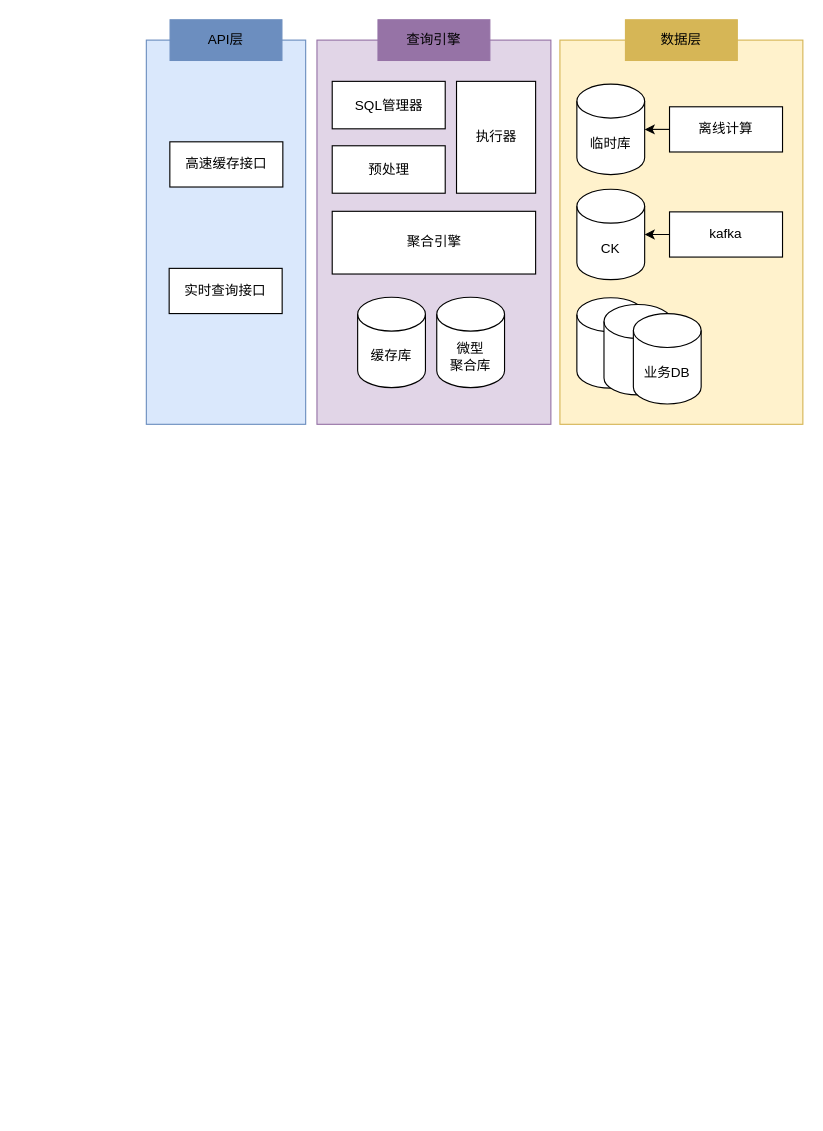
Above: page "第 1 页" (1 of 2) of 实时平台.drawio in chenjinying1988/diagrams (draw.io), before the change. Source tidied: cells renumbered, new cells numbered last; positions are measured from the earlier drawing's top-left corner, leaving out a move shared by most shapes. Both pictures are drawn from the tidied source at 113%, with x=0, y=0 at pixel (146, 19).
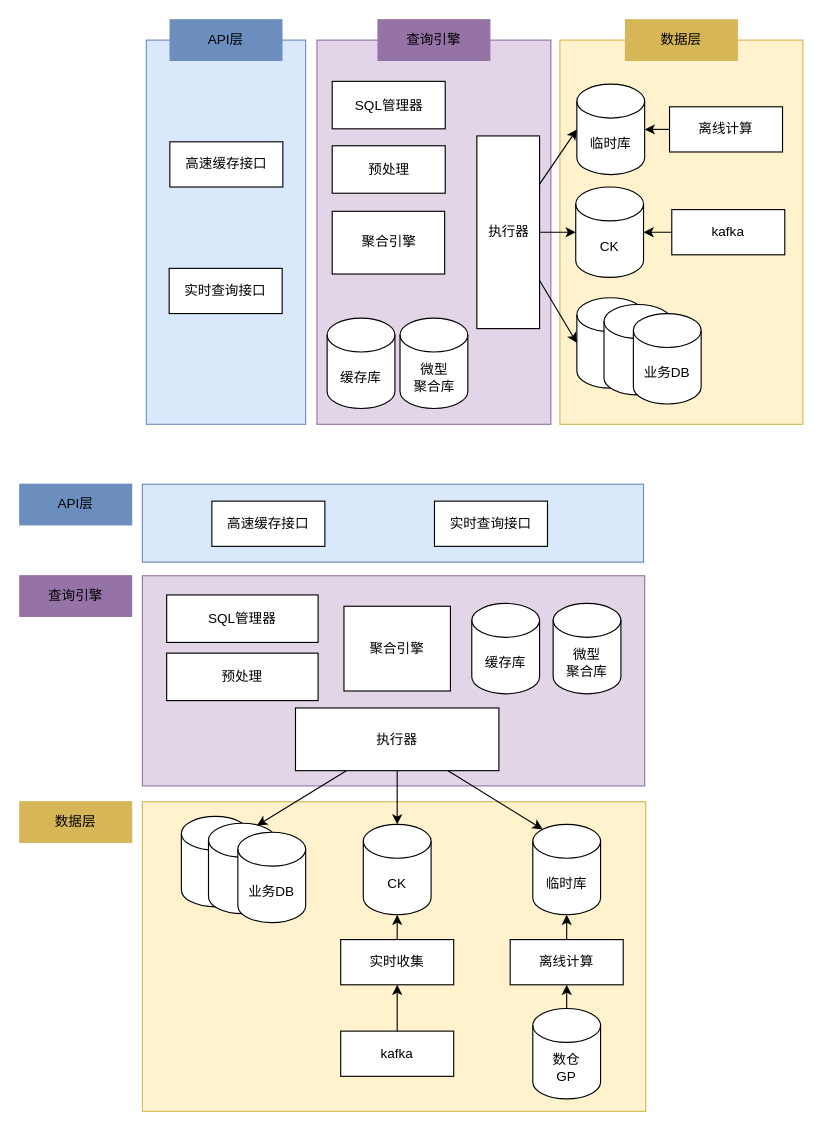
After the change.

Commit message:
更新实时平台.drawio

The change refers to these unchanged cells:
```xml
<mxCell id="5" style="shape=cylinder3;whiteSpace=wrap;html=1;boundedLbl=1;backgroundOutline=1;size=15;" parent="1" vertex="1">
  <mxGeometry x="381" y="246" width="60" height="80" as="geometry" />
</mxCell>
<mxCell id="9" value="临时库" style="shape=cylinder3;whiteSpace=wrap;html=1;boundedLbl=1;backgroundOutline=1;size=15;" parent="1" vertex="1">
  <mxGeometry x="381" y="57" width="60" height="80" as="geometry" />
</mxCell>
```

Change to the diagram source:
```diff
@@
     <mxCell id="8" value="CK" style="shape=cylinder3;whiteSpace=wrap;html=1;boundedLbl=1;backgroundOutline=1;size=15;" parent="1" vertex="1">
-      <mxGeometry x="381" y="150" width="60" height="80" as="geometry" />
+      <mxGeometry x="380" y="148" width="60" height="80" as="geometry" />
     </mxCell>
@@
     <mxCell id="12" value="kafka" style="rounded=0;whiteSpace=wrap;html=1;" parent="1" vertex="1">
-      <mxGeometry x="463" y="170" width="100" height="40" as="geometry" />
+      <mxGeometry x="465" y="168" width="100" height="40" as="geometry" />
     </mxCell>
@@
+    <mxCell id="27" style="edgeStyle=none;rounded=0;jettySize=auto;html=1;entryX=0;entryY=0.5;entryDx=0;entryDy=0;entryPerimeter=0;" parent="1" edge="1" source="14" target="8">
+      <mxGeometry relative="1" as="geometry" />
+    </mxCell>
+    <mxCell id="28" style="edgeStyle=none;rounded=0;jettySize=auto;html=1;exitX=1;exitY=0.75;exitDx=0;exitDy=0;entryX=0;entryY=0.5;entryDx=0;entryDy=0;entryPerimeter=0;" parent="1" edge="1" source="14" target="5">
+      <mxGeometry relative="1" as="geometry" />
+    </mxCell>
+    <mxCell id="29" style="edgeStyle=none;rounded=0;jettySize=auto;html=1;exitX=1;exitY=0.25;exitDx=0;exitDy=0;entryX=0;entryY=0.5;entryDx=0;entryDy=0;entryPerimeter=0;" parent="1" edge="1" source="14" target="9">
+      <mxGeometry relative="1" as="geometry" />
+    </mxCell>
     <mxCell id="14" value="执行器" style="rounded=0;whiteSpace=wrap;html=1;" parent="1" vertex="1">
-      <mxGeometry x="274.5" y="54.5" width="70" height="99" as="geometry" />
+      <mxGeometry x="292.5" y="102.8" width="55.5" height="170.5" as="geometry" />
     </mxCell>
@@
     <mxCell id="18" value="缓存库" style="shape=cylinder3;whiteSpace=wrap;html=1;boundedLbl=1;backgroundOutline=1;size=15;" parent="1" vertex="1">
-      <mxGeometry x="187" y="245.5" width="60" height="80" as="geometry" />
+      <mxGeometry x="160" y="264" width="60" height="80" as="geometry" />
     </mxCell>
     <mxCell id="19" value="微型&lt;br&gt;聚合库" style="shape=cylinder3;whiteSpace=wrap;html=1;boundedLbl=1;backgroundOutline=1;size=15;" parent="1" vertex="1">
-      <mxGeometry x="257" y="245.5" width="60" height="80" as="geometry" />
+      <mxGeometry x="224.5" y="264" width="60" height="80" as="geometry" />
     </mxCell>
@@
     <mxCell id="26" value="聚合引擎" style="rounded=0;whiteSpace=wrap;html=1;" parent="1" vertex="1">
-      <mxGeometry x="164.5" y="169.5" width="180" height="55.5" as="geometry" />
+      <mxGeometry x="164.5" y="169.5" width="99.5" height="55.5" as="geometry" />
     </mxCell>
+    <mxCell id="30" style="rounded=0;whiteSpace=wrap;html=1;fillColor=#e1d5e7;strokeColor=#9673a6;" parent="1" vertex="1">
+      <mxGeometry x="-3.5" y="492" width="444.5" height="186" as="geometry" />
+    </mxCell>
+    <mxCell id="31" style="rounded=0;whiteSpace=wrap;html=1;fillColor=#dae8fc;strokeColor=#6c8ebf;" parent="1" vertex="1">
+      <mxGeometry x="-3.5" y="411" width="443.5" height="69" as="geometry" />
+    </mxCell>
+    <mxCell id="32" style="rounded=0;whiteSpace=wrap;html=1;fillColor=#fff2cc;strokeColor=#d6b656;" parent="1" vertex="1">
+      <mxGeometry x="-3.5" y="692" width="445.5" height="274" as="geometry" />
+    </mxCell>
+    <mxCell id="33" style="shape=cylinder3;whiteSpace=wrap;html=1;boundedLbl=1;backgroundOutline=1;size=15;" parent="1" vertex="1">
+      <mxGeometry x="31" y="705" width="60" height="80" as="geometry" />
+    </mxCell>
+    <mxCell id="34" style="shape=cylinder3;whiteSpace=wrap;html=1;boundedLbl=1;backgroundOutline=1;size=15;" parent="1" vertex="1">
+      <mxGeometry x="55" y="711" width="60" height="80" as="geometry" />
+    </mxCell>
+    <mxCell id="35" value="业务DB" style="shape=cylinder3;whiteSpace=wrap;html=1;boundedLbl=1;backgroundOutline=1;size=15;" parent="1" vertex="1">
+      <mxGeometry x="81" y="719" width="60" height="80" as="geometry" />
+    </mxCell>
+    <mxCell id="36" value="CK" style="shape=cylinder3;whiteSpace=wrap;html=1;boundedLbl=1;backgroundOutline=1;size=15;" parent="1" vertex="1">
+      <mxGeometry x="192" y="712" width="60" height="80" as="geometry" />
+    </mxCell>
+    <mxCell id="37" value="临时库" style="shape=cylinder3;whiteSpace=wrap;html=1;boundedLbl=1;backgroundOutline=1;size=15;" parent="1" vertex="1">
+      <mxGeometry x="342" y="712" width="60" height="80" as="geometry" />
+    </mxCell>
+    <mxCell id="38" style="edgeStyle=none;rounded=0;jettySize=auto;html=1;entryX=0.5;entryY=1;entryDx=0;entryDy=0;" parent="1" edge="1" source="39" target="58">
+      <mxGeometry relative="1" as="geometry" />
+    </mxCell>
+    <mxCell id="39" value="kafka" style="rounded=0;whiteSpace=wrap;html=1;" parent="1" vertex="1">
+      <mxGeometry x="172" y="895" width="100" height="40" as="geometry" />
+    </mxCell>
+    <mxCell id="40" style="edgeStyle=none;rounded=0;jettySize=auto;html=1;entryX=0.5;entryY=1;entryDx=0;entryDy=0;entryPerimeter=0;" parent="1" edge="1" source="41" target="37">
+      <mxGeometry relative="1" as="geometry" />
+    </mxCell>
+    <mxCell id="41" value="离线计算" style="rounded=0;whiteSpace=wrap;html=1;" parent="1" vertex="1">
+      <mxGeometry x="322" y="814" width="100" height="40" as="geometry" />
+    </mxCell>
+    <mxCell id="42" value="聚合引擎&lt;br&gt;" style="rounded=0;whiteSpace=wrap;html=1;" parent="1" vertex="1">
+      <mxGeometry x="174.9" y="519" width="94.2" height="75" as="geometry" />
+    </mxCell>
+    <mxCell id="43" value="SQL管理器" style="rounded=0;whiteSpace=wrap;html=1;" parent="1" vertex="1">
+      <mxGeometry x="18" y="509" width="134" height="42" as="geometry" />
+    </mxCell>
+    <mxCell id="44" value="高速缓存接口" style="rounded=0;whiteSpace=wrap;html=1;" parent="1" vertex="1">
+      <mxGeometry x="58" y="426" width="100" height="40" as="geometry" />
+    </mxCell>
+    <mxCell id="45" value="缓存库" style="shape=cylinder3;whiteSpace=wrap;html=1;boundedLbl=1;backgroundOutline=1;size=15;" parent="1" vertex="1">
+      <mxGeometry x="288" y="516.5" width="60" height="80" as="geometry" />
+    </mxCell>
+    <mxCell id="46" value="微型&lt;br&gt;聚合库" style="shape=cylinder3;whiteSpace=wrap;html=1;boundedLbl=1;backgroundOutline=1;size=15;" parent="1" vertex="1">
+      <mxGeometry x="360" y="516.5" width="60" height="80" as="geometry" />
+    </mxCell>
+    <mxCell id="47" value="数据层" style="rounded=0;whiteSpace=wrap;html=1;fillColor=#D6B656;strokeColor=#d6b656;" parent="1" vertex="1">
+      <mxGeometry x="-112" y="692" width="99" height="36" as="geometry" />
+    </mxCell>
+    <mxCell id="48" value="API层" style="rounded=0;whiteSpace=wrap;html=1;fillColor=#6C8EBF;strokeColor=#6c8ebf;" parent="1" vertex="1">
+      <mxGeometry x="-112" y="411" width="99" height="36" as="geometry" />
+    </mxCell>
+    <mxCell id="49" value="实时查询接口" style="rounded=0;whiteSpace=wrap;html=1;" parent="1" vertex="1">
+      <mxGeometry x="255" y="426" width="100" height="40" as="geometry" />
+    </mxCell>
+    <mxCell id="50" value="查询引擎" style="rounded=0;whiteSpace=wrap;html=1;fillColor=#9673A6;strokeColor=#9673a6;" parent="1" vertex="1">
+      <mxGeometry x="-112" y="492" width="99" height="36" as="geometry" />
+    </mxCell>
+    <mxCell id="51" style="edgeStyle=none;rounded=0;jettySize=auto;html=1;entryX=0.5;entryY=0;entryDx=0;entryDy=0;entryPerimeter=0;" parent="1" edge="1" source="54" target="36">
+      <mxGeometry relative="1" as="geometry" />
+    </mxCell>
+    <mxCell id="52" style="edgeStyle=none;rounded=0;jettySize=auto;html=1;exitX=0.75;exitY=1;exitDx=0;exitDy=0;entryX=0.145;entryY=0;entryDx=0;entryDy=4.35;entryPerimeter=0;" parent="1" edge="1" source="54" target="37">
+      <mxGeometry relative="1" as="geometry" />
+    </mxCell>
+    <mxCell id="53" style="edgeStyle=none;rounded=0;jettySize=auto;html=1;exitX=0.25;exitY=1;exitDx=0;exitDy=0;entryX=0.717;entryY=0.025;entryDx=0;entryDy=0;entryPerimeter=0;" parent="1" edge="1" source="54" target="34">
+      <mxGeometry relative="1" as="geometry" />
+    </mxCell>
+    <mxCell id="54" value="&lt;span&gt;执行器&lt;/span&gt;" style="rounded=0;whiteSpace=wrap;html=1;" parent="1" vertex="1">
+      <mxGeometry x="132" y="609" width="180" height="55.5" as="geometry" />
+    </mxCell>
+    <mxCell id="55" style="edgeStyle=none;rounded=0;jettySize=auto;html=1;entryX=0.5;entryY=1;entryDx=0;entryDy=0;" parent="1" edge="1" source="56" target="41">
+      <mxGeometry relative="1" as="geometry" />
+    </mxCell>
+    <mxCell id="56" value="数仓&lt;br&gt;GP" style="shape=cylinder3;whiteSpace=wrap;html=1;boundedLbl=1;backgroundOutline=1;size=15;" parent="1" vertex="1">
+      <mxGeometry x="342" y="875" width="60" height="80" as="geometry" />
+    </mxCell>
+    <mxCell id="57" style="edgeStyle=none;rounded=0;jettySize=auto;html=1;entryX=0.5;entryY=1;entryDx=0;entryDy=0;entryPerimeter=0;" parent="1" edge="1" source="58" target="36">
+      <mxGeometry relative="1" as="geometry" />
+    </mxCell>
+    <mxCell id="58" value="实时收集" style="rounded=0;whiteSpace=wrap;html=1;" parent="1" vertex="1">
+      <mxGeometry x="172" y="814" width="100" height="40" as="geometry" />
+    </mxCell>
+    <mxCell id="59" value="预处理" style="rounded=0;whiteSpace=wrap;html=1;" parent="1" vertex="1">
+      <mxGeometry x="18" y="560.5" width="134" height="42" as="geometry" />
+    </mxCell>
```
